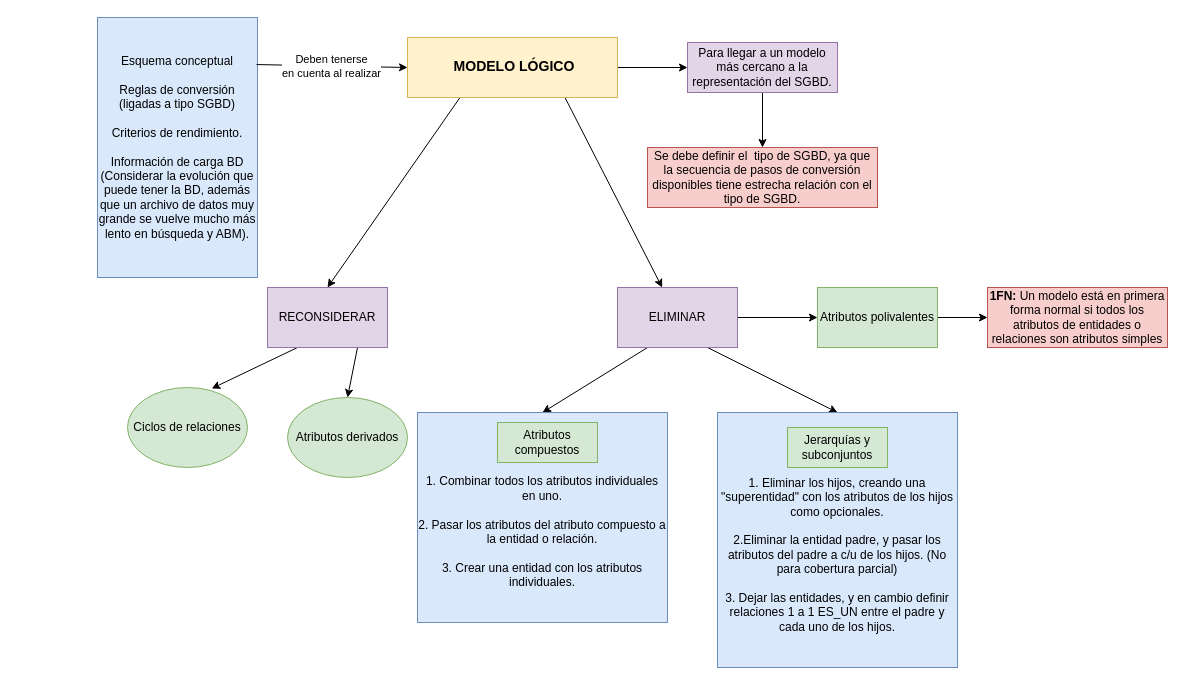
senras/DBD keeps this draw.io diagram as page "Modelo lógico" (4 of 6) of Diagrama-resumen.drawio. Above is the earlier version. Source tidied: cells renumbered, new cells numbered last; positions are measured from the earlier drawing's top-left corner, leaving out a move shared by most shapes. Both pictures are drawn from the tidied source at 100%, with x=0, y=0 at pixel (97, 17).
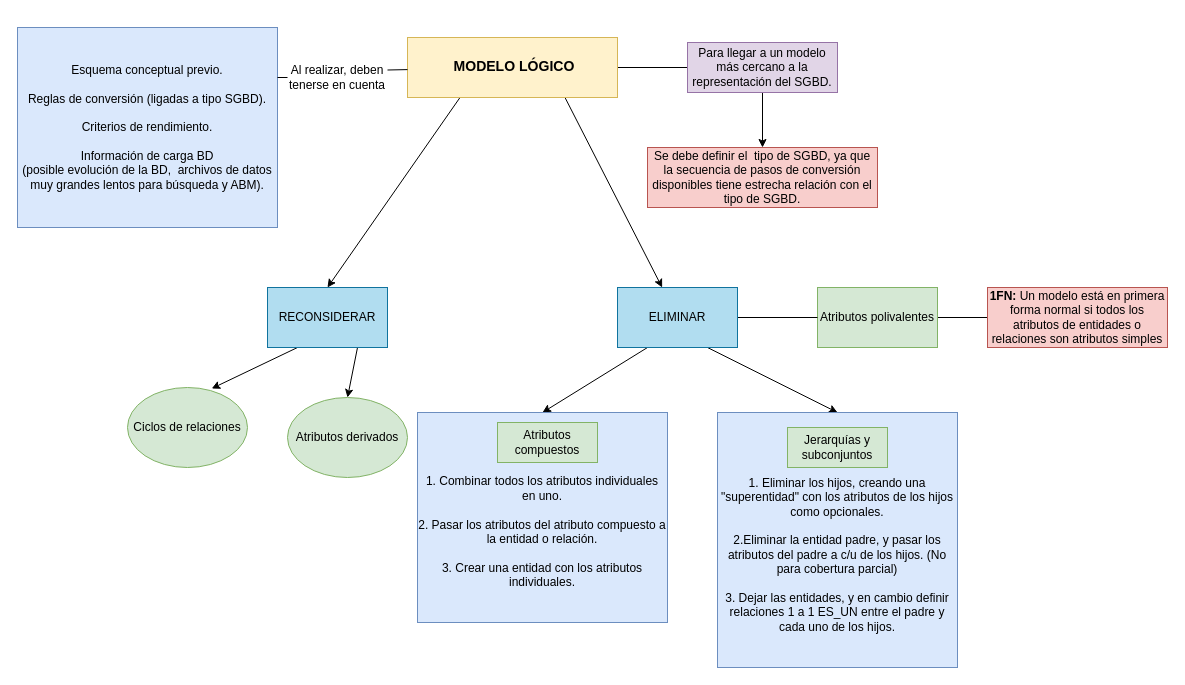
The same diagram, later.

Unchanged cells that the change refers to:
```xml
<mxCell id="5" value="&lt;h3&gt;&amp;nbsp;MODELO LÓGICO&lt;/h3&gt;" style="text;whiteSpace=wrap;html=1;align=center;fillColor=#fff2cc;strokeColor=#d6b656;" parent="1" vertex="1">
  <mxGeometry x="310" y="20" width="210" height="60" as="geometry" />
</mxCell>
<mxCell id="7" value="Para llegar a un modelo más cercano a la representación del SGBD." style="text;html=1;strokeColor=#9673a6;fillColor=#e1d5e7;align=center;verticalAlign=middle;whiteSpace=wrap;rounded=0;" parent="1" vertex="1">
  <mxGeometry x="590" y="25" width="150" height="50" as="geometry" />
</mxCell>
<mxCell id="12" value="Atributos polivalentes" style="rounded=0;whiteSpace=wrap;html=1;fillColor=#d5e8d4;strokeColor=#82b366;" parent="1" vertex="1">
  <mxGeometry x="720" y="270" width="120" height="60" as="geometry" />
</mxCell>
<mxCell id="22" value="&lt;b&gt;1FN:&lt;/b&gt; Un modelo está en primera forma normal si todos los atributos de entidades o relaciones son atributos simples" style="text;html=1;strokeColor=#b85450;fillColor=#f8cecc;align=center;verticalAlign=middle;whiteSpace=wrap;rounded=0;" parent="1" vertex="1">
  <mxGeometry x="890" y="270" width="180" height="60" as="geometry" />
</mxCell>
```

Change to the diagram source:
```diff
@@
-    <mxCell id="2" style="edgeStyle=orthogonalEdgeStyle;rounded=0;jettySize=auto;html=1;exitX=1;exitY=0.5;exitDx=0;exitDy=0;entryX=0;entryY=0.5;entryDx=0;entryDy=0;" parent="1" edge="1" source="5" target="7">
+    <mxCell id="2" style="edgeStyle=orthogonalEdgeStyle;rounded=0;jettySize=auto;html=1;exitX=1;exitY=0.5;exitDx=0;exitDy=0;entryX=0;entryY=0.5;entryDx=0;entryDy=0;endArrow=none;endFill=0;" parent="1" edge="1" source="5" target="7">
       <mxGeometry relative="1" as="geometry" />
     </mxCell>
@@
+    <mxCell id="27" style="edgeStyle=none;rounded=0;jettySize=auto;html=1;exitX=1;exitY=0.25;exitDx=0;exitDy=0;endArrow=none;endFill=0;startArrow=none;" parent="1" edge="1" source="28" target="5">
+      <mxGeometry relative="1" as="geometry" />
+    </mxCell>
-    <mxCell id="9" value="Esquema conceptual&lt;br&gt;&lt;br&gt;Reglas de conversión (ligadas a tipo SGBD)&lt;br&gt;&lt;br&gt;Criterios de rendimiento.&lt;br&gt;&lt;br&gt;Información de carga BD&lt;br&gt;(Considerar la evolución que puede tener la BD, además que un archivo de datos muy grande se vuelve mucho más lento en búsqueda y ABM)." style="rounded=0;whiteSpace=wrap;html=1;fillColor=#dae8fc;strokeColor=#6c8ebf;" parent="1" vertex="1">
-      <mxGeometry width="160" height="260" as="geometry" />
+    <mxCell id="9" value="Esquema conceptual previo.&lt;br&gt;&lt;br&gt;Reglas de conversión (ligadas a tipo SGBD).&lt;br&gt;&lt;br&gt;Criterios de rendimiento.&lt;br&gt;&lt;br&gt;Información de carga BD&lt;br&gt;(posible evolución de la BD,&amp;nbsp; archivos de datos muy grandes lentos para búsqueda y ABM)." style="rounded=0;whiteSpace=wrap;html=1;fillColor=#dae8fc;strokeColor=#6c8ebf;" parent="1" vertex="1">
+      <mxGeometry x="-80" y="10" width="260" height="200" as="geometry" />
     </mxCell>
-    <mxCell id="10" value="Deben tenerse&lt;br&gt;en cuenta al realizar" style="endArrow=classic;html=1;rounded=0;exitX=0.994;exitY=0.181;exitDx=0;exitDy=0;entryX=0;entryY=0.5;entryDx=0;entryDy=0;exitPerimeter=0;" parent="1" edge="1" source="9" target="5">
-      <mxGeometry relative="1" as="geometry" />
-    </mxCell>
-    <mxCell id="11" style="edgeStyle=none;rounded=0;jettySize=auto;html=1;exitX=1;exitY=0.5;exitDx=0;exitDy=0;entryX=0;entryY=0.5;entryDx=0;entryDy=0;" parent="1" edge="1" source="12" target="22">
+    <mxCell id="11" style="edgeStyle=none;rounded=0;jettySize=auto;html=1;exitX=1;exitY=0.5;exitDx=0;exitDy=0;entryX=0;entryY=0.5;entryDx=0;entryDy=0;endArrow=none;endFill=0;" parent="1" edge="1" source="12" target="22">
       <mxGeometry relative="1" as="geometry" />
     </mxCell>
@@
-    <mxCell id="15" style="edgeStyle=none;rounded=0;jettySize=auto;html=1;exitX=1;exitY=0.5;exitDx=0;exitDy=0;entryX=0;entryY=0.5;entryDx=0;entryDy=0;" parent="1" edge="1" source="16" target="12">
+    <mxCell id="15" style="edgeStyle=none;rounded=0;jettySize=auto;html=1;exitX=1;exitY=0.5;exitDx=0;exitDy=0;entryX=0;entryY=0.5;entryDx=0;entryDy=0;endArrow=none;endFill=0;" parent="1" edge="1" source="16" target="12">
       <mxGeometry relative="1" as="geometry" />
     </mxCell>
-    <mxCell id="16" value="ELIMINAR" style="rounded=0;whiteSpace=wrap;html=1;fillColor=#e1d5e7;strokeColor=#9673a6;" parent="1" vertex="1">
+    <mxCell id="16" value="ELIMINAR" style="rounded=0;whiteSpace=wrap;html=1;fillColor=#b1ddf0;strokeColor=#10739e;" parent="1" vertex="1">
       <mxGeometry x="520" y="270" width="120" height="60" as="geometry" />
     </mxCell>
@@
-    <mxCell id="19" value="RECONSIDERAR" style="rounded=0;whiteSpace=wrap;html=1;fillColor=#e1d5e7;strokeColor=#9673a6;" parent="1" vertex="1">
+    <mxCell id="19" value="RECONSIDERAR" style="rounded=0;whiteSpace=wrap;html=1;fillColor=#b1ddf0;strokeColor=#10739e;" parent="1" vertex="1">
       <mxGeometry x="170" y="270" width="120" height="60" as="geometry" />
     </mxCell>
@@
+    <mxCell id="28" value="Al realizar, deben tenerse en cuenta" style="text;html=1;strokeColor=none;fillColor=none;align=center;verticalAlign=middle;whiteSpace=wrap;rounded=0;" parent="1" vertex="1">
+      <mxGeometry x="190" y="45" width="100" height="30" as="geometry" />
+    </mxCell>
+    <mxCell id="29" style="edgeStyle=none;rounded=0;jettySize=auto;html=1;exitX=1;exitY=0.25;exitDx=0;exitDy=0;endArrow=none;endFill=0;" parent="1" edge="1" source="9" target="28">
+      <mxGeometry relative="1" as="geometry" />
+    </mxCell>
```
